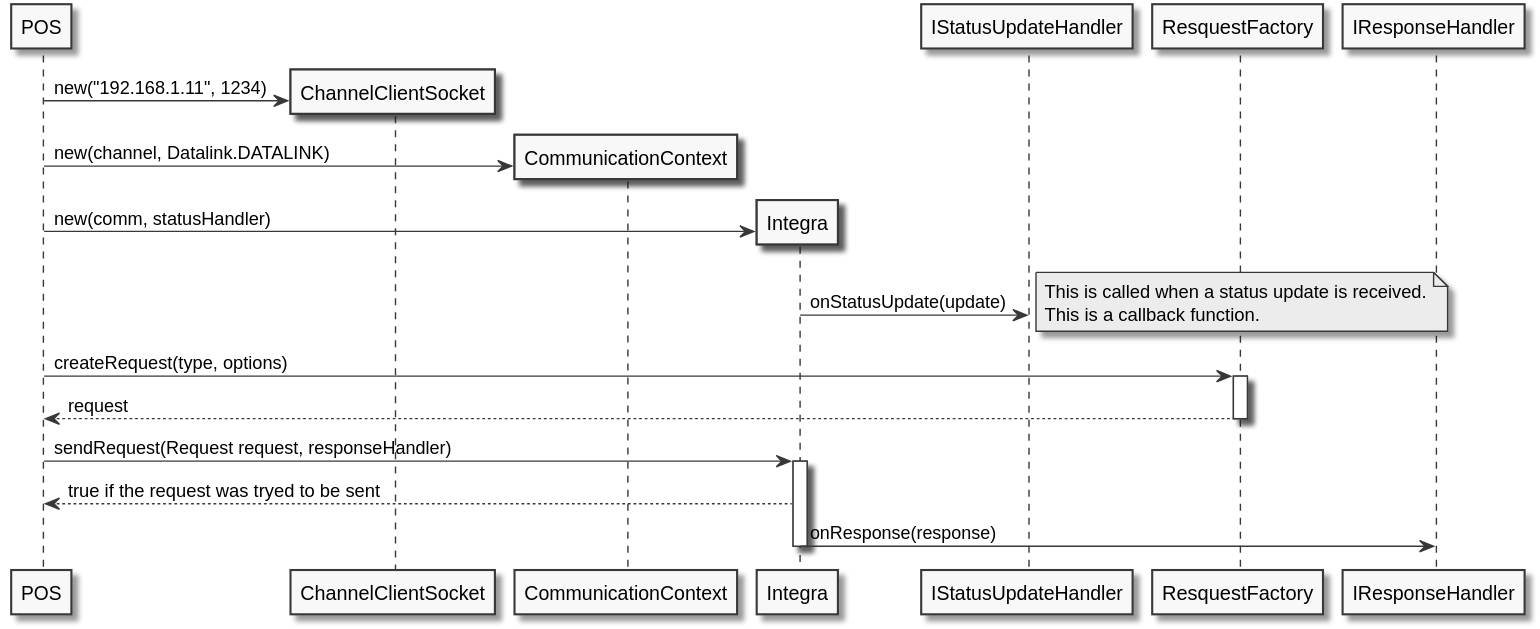
Above: source/images/example.svg in Lzgpom/integra-slate (PlantUML), before the change. Source of this version:
```plantuml
@startuml
skinparam monochrome true

create POS

create ChannelClientSocket
POS -> ChannelClientSocket: new("192.168.1.11", 1234)

create CommunicationContext
POS -> CommunicationContext : new(channel, Datalink.DATALINK)

create Integra
POS -> Integra : new(comm, statusHandler)

Integra -> IStatusUpdateHandler: onStatusUpdate(update)
note right
  This is called when a status update is received.
  This is a callback function.
end note

POS -> ResquestFactory ++ : createRequest(type, options)
return request

POS -> Integra ++ : sendRequest(Request request, responseHandler)

Integra --> POS : true if the request was tryed to be sent
Integra -> IResponseHandler : onResponse(response)

deactivate Integra

@enduml
```
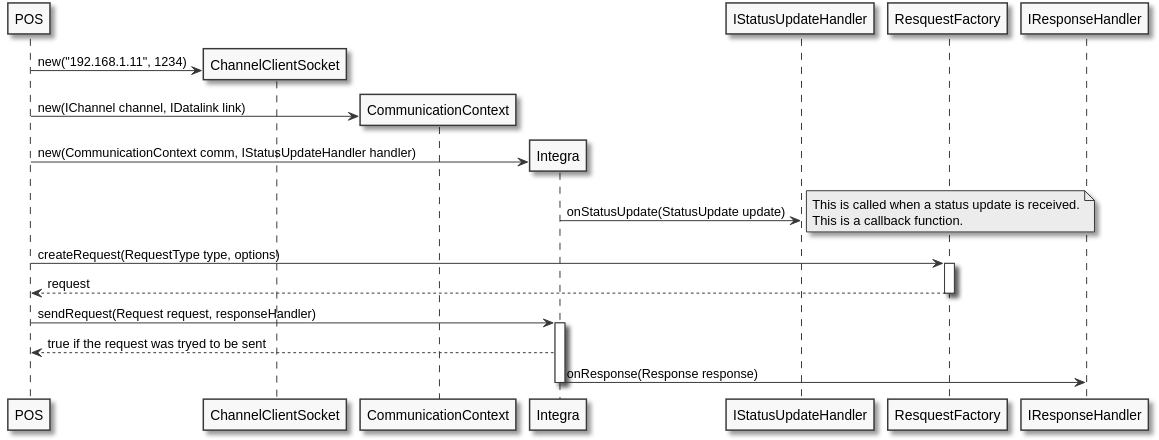
After the change.

The edit, as a diff of the source:
```diff
@@ -7,24 +7,24 @@
 POS -> ChannelClientSocket: new("192.168.1.11", 1234)
 
 create CommunicationContext
-POS -> CommunicationContext : new(channel, Datalink.DATALINK)
+POS -> CommunicationContext : new(IChannel channel, IDatalink link)
 
 create Integra
-POS -> Integra : new(comm, statusHandler)
+POS -> Integra : new(CommunicationContext comm, IStatusUpdateHandler handler)
 
-Integra -> IStatusUpdateHandler: onStatusUpdate(update)
+Integra -> IStatusUpdateHandler: onStatusUpdate(StatusUpdate update)
 note right
   This is called when a status update is received.
   This is a callback function.
 end note
 
-POS -> ResquestFactory ++ : createRequest(type, options)
+POS -> ResquestFactory ++ : createRequest(RequestType type, options)
 return request
 
 POS -> Integra ++ : sendRequest(Request request, responseHandler)
 
 Integra --> POS : true if the request was tryed to be sent
-Integra -> IResponseHandler : onResponse(response)
+Integra -> IResponseHandler : onResponse(Response response)
 
 deactivate Integra
 
```
